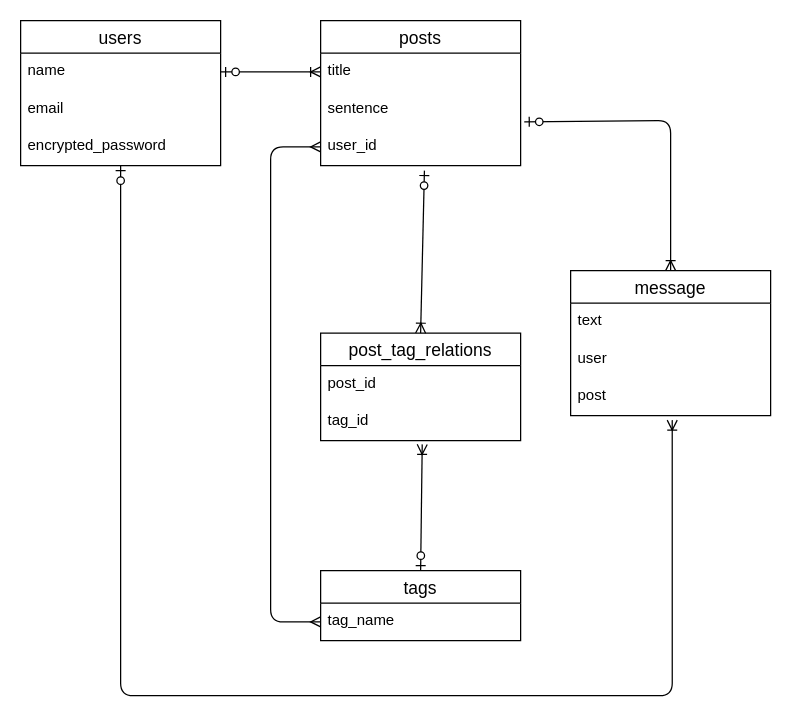
The draw.io diagram db.dio in hagihara-eisuke02/CommuT-35544, before the edit. Source tidied: cells renumbered, new cells numbered last; positions are measured from the earlier drawing's top-left corner, leaving out a move shared by most shapes. Both pictures are drawn from the tidied source at 125%, with x=0, y=0 at pixel (20, 20).
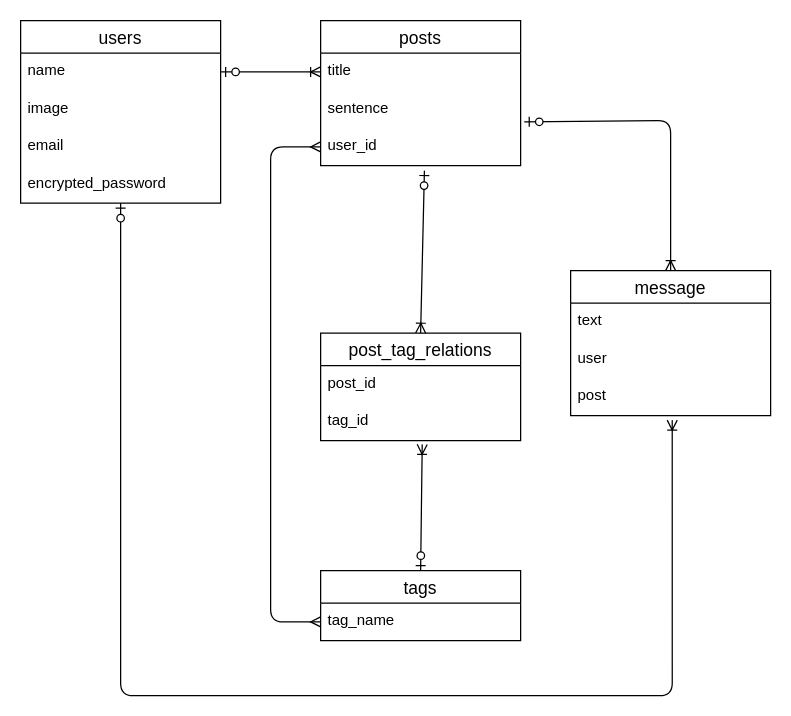
After the change.

Diff of the diagram source:
```diff
@@
     <mxCell id="9" value="users" style="swimlane;fontStyle=0;horizontal=1;startSize=26;align=center;fontSize=14;" parent="1" vertex="1">
-      <mxGeometry width="160" height="116" as="geometry" />
+      <mxGeometry width="160" height="146" as="geometry" />
     </mxCell>
@@
-    <mxCell id="11" value="email" style="text;strokeColor=none;fillColor=none;spacingLeft=4;spacingRight=4;overflow=hidden;fontSize=12;" parent="9" vertex="1">
+    <mxCell id="11" value="image" style="text;strokeColor=none;fillColor=none;spacingLeft=4;spacingRight=4;overflow=hidden;fontSize=12;" parent="9" vertex="1">
       <mxGeometry y="56" width="160" height="30" as="geometry" />
     </mxCell>
+    <mxCell id="26" value="email" style="text;strokeColor=none;fillColor=none;spacingLeft=4;spacingRight=4;overflow=hidden;fontSize=12;" parent="9" vertex="1">
+      <mxGeometry y="86" width="160" height="30" as="geometry" />
+    </mxCell>
     <mxCell id="12" value="encrypted_password&#10;" style="text;strokeColor=none;fillColor=none;spacingLeft=4;spacingRight=4;overflow=hidden;fontSize=12;" parent="9" vertex="1">
-      <mxGeometry y="86" width="160" height="30" as="geometry" />
+      <mxGeometry y="116" width="160" height="30" as="geometry" />
     </mxCell>
```
